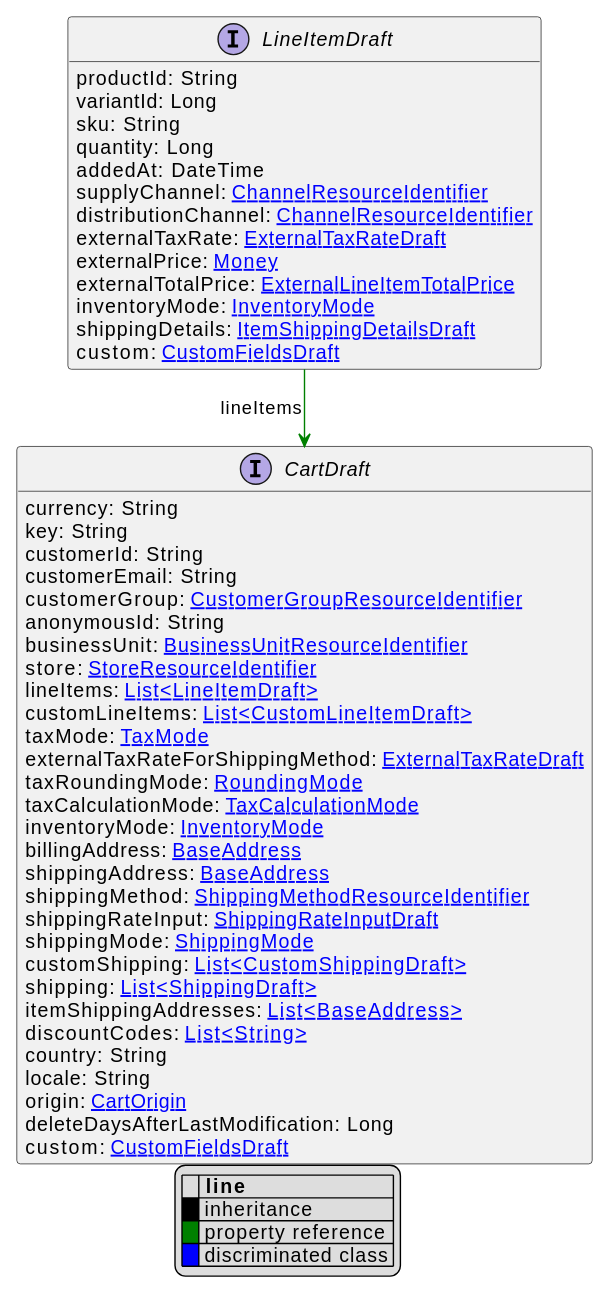
The PlantUML diagram uml/api/svg/LineItemDraft.svg in commercetools/commercetools-api-reference, before a commit. The source it was exported from:
```plantuml
@startuml
!pragma layout elk
hide empty fields
hide empty methods
legend
|= |= line |
|<back:black>   </back>| inheritance |
|<back:green>   </back>| property reference |
|<back:blue>   </back>| discriminated class |
endlegend
interface LineItemDraft [[LineItemDraft.svg]]  {
    productId: String
    variantId: Long
    sku: String
    quantity: Long
    addedAt: DateTime
    supplyChannel: [[ChannelResourceIdentifier.svg ChannelResourceIdentifier]]
    distributionChannel: [[ChannelResourceIdentifier.svg ChannelResourceIdentifier]]
    externalTaxRate: [[ExternalTaxRateDraft.svg ExternalTaxRateDraft]]
    externalPrice: [[Money.svg Money]]
    externalTotalPrice: [[ExternalLineItemTotalPrice.svg ExternalLineItemTotalPrice]]
    inventoryMode: [[InventoryMode.svg InventoryMode]]
    shippingDetails: [[ItemShippingDetailsDraft.svg ItemShippingDetailsDraft]]
    custom: [[CustomFieldsDraft.svg CustomFieldsDraft]]
}



interface CartDraft [[CartDraft.svg]]  {
    currency: String
    key: String
    customerId: String
    customerEmail: String
    customerGroup: [[CustomerGroupResourceIdentifier.svg CustomerGroupResourceIdentifier]]
    anonymousId: String
    businessUnit: [[BusinessUnitResourceIdentifier.svg BusinessUnitResourceIdentifier]]
    store: [[StoreResourceIdentifier.svg StoreResourceIdentifier]]
    lineItems: [[LineItemDraft.svg List<LineItemDraft>]]
    customLineItems: [[CustomLineItemDraft.svg List<CustomLineItemDraft>]]
    taxMode: [[TaxMode.svg TaxMode]]
    externalTaxRateForShippingMethod: [[ExternalTaxRateDraft.svg ExternalTaxRateDraft]]
    taxRoundingMode: [[RoundingMode.svg RoundingMode]]
    taxCalculationMode: [[TaxCalculationMode.svg TaxCalculationMode]]
    inventoryMode: [[InventoryMode.svg InventoryMode]]
    billingAddress: [[BaseAddress.svg BaseAddress]]
    shippingAddress: [[BaseAddress.svg BaseAddress]]
    shippingMethod: [[ShippingMethodResourceIdentifier.svg ShippingMethodResourceIdentifier]]
    shippingRateInput: [[ShippingRateInputDraft.svg ShippingRateInputDraft]]
    shippingMode: [[ShippingMode.svg ShippingMode]]
    customShipping: [[CustomShippingDraft.svg List<CustomShippingDraft>]]
    shipping: [[ShippingDraft.svg List<ShippingDraft>]]
    itemShippingAddresses: [[BaseAddress.svg List<BaseAddress>]]
    discountCodes: [[String.svg List<String>]]
    country: String
    locale: String
    origin: [[CartOrigin.svg CartOrigin]]
    deleteDaysAfterLastModification: Long
    custom: [[CustomFieldsDraft.svg CustomFieldsDraft]]
}

LineItemDraft --> CartDraft #green;text:green : "lineItems"
@enduml
```
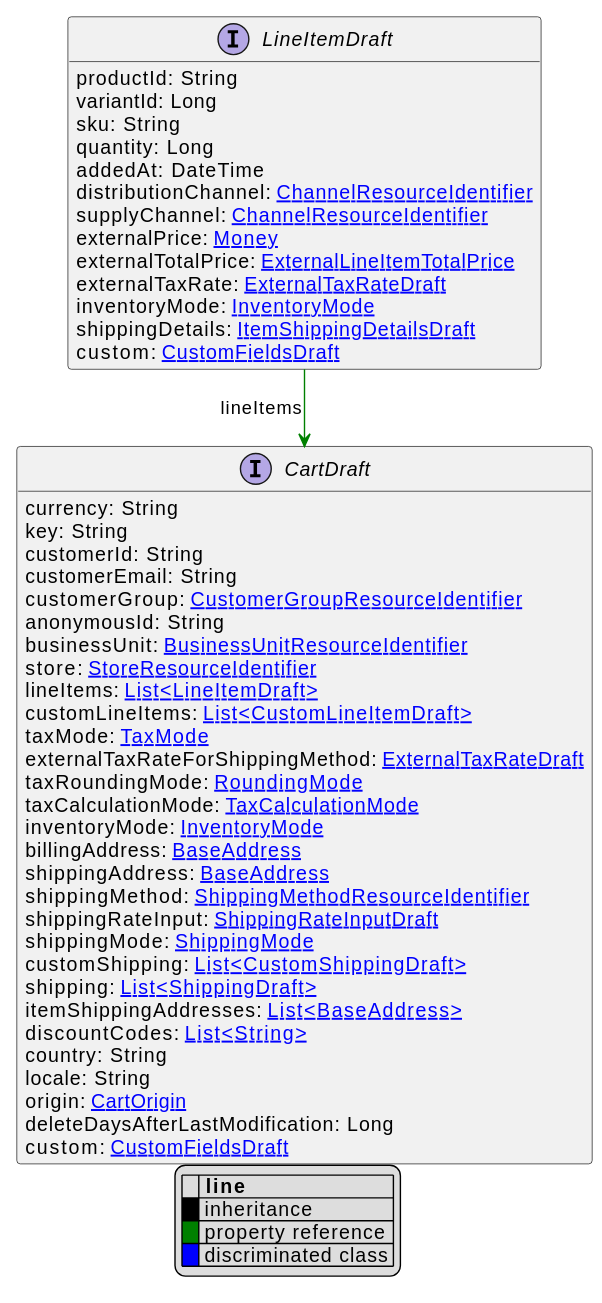
Above is the later version.

The edit, as a diff of the source:
```diff
@@ -14,11 +14,11 @@
     sku: String
     quantity: Long
     addedAt: DateTime
+    distributionChannel: [[ChannelResourceIdentifier.svg ChannelResourceIdentifier]]
     supplyChannel: [[ChannelResourceIdentifier.svg ChannelResourceIdentifier]]
-    distributionChannel: [[ChannelResourceIdentifier.svg ChannelResourceIdentifier]]
-    externalTaxRate: [[ExternalTaxRateDraft.svg ExternalTaxRateDraft]]
     externalPrice: [[Money.svg Money]]
     externalTotalPrice: [[ExternalLineItemTotalPrice.svg ExternalLineItemTotalPrice]]
+    externalTaxRate: [[ExternalTaxRateDraft.svg ExternalTaxRateDraft]]
     inventoryMode: [[InventoryMode.svg InventoryMode]]
     shippingDetails: [[ItemShippingDetailsDraft.svg ItemShippingDetailsDraft]]
     custom: [[CustomFieldsDraft.svg CustomFieldsDraft]]
```
